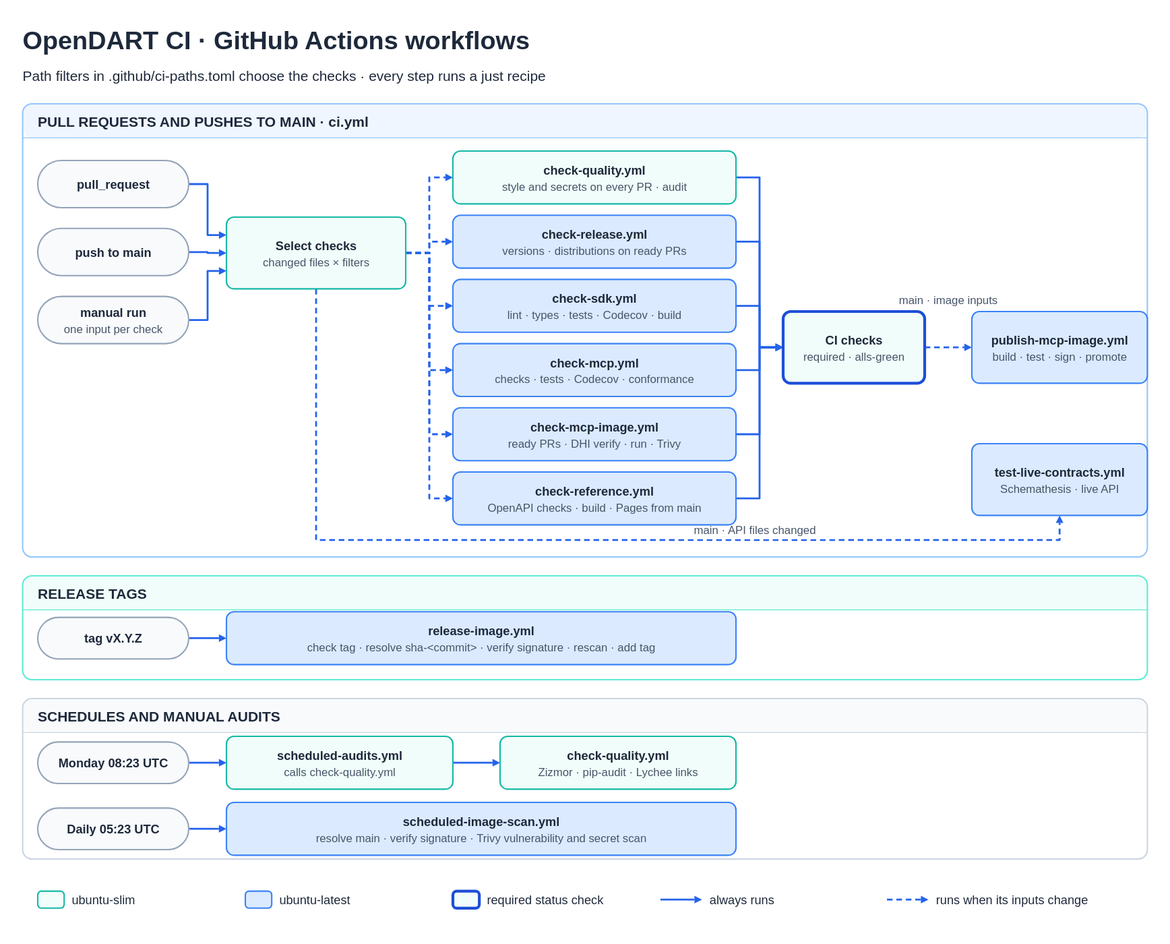
This is .github/workflows.svg from orestxherija/opendart, a draw.io export, as it was before one commit. Source tidied: cells renumbered, new cells last; positions are measured from the earlier drawing's top-left corner, leaving out a move shared by most shapes.
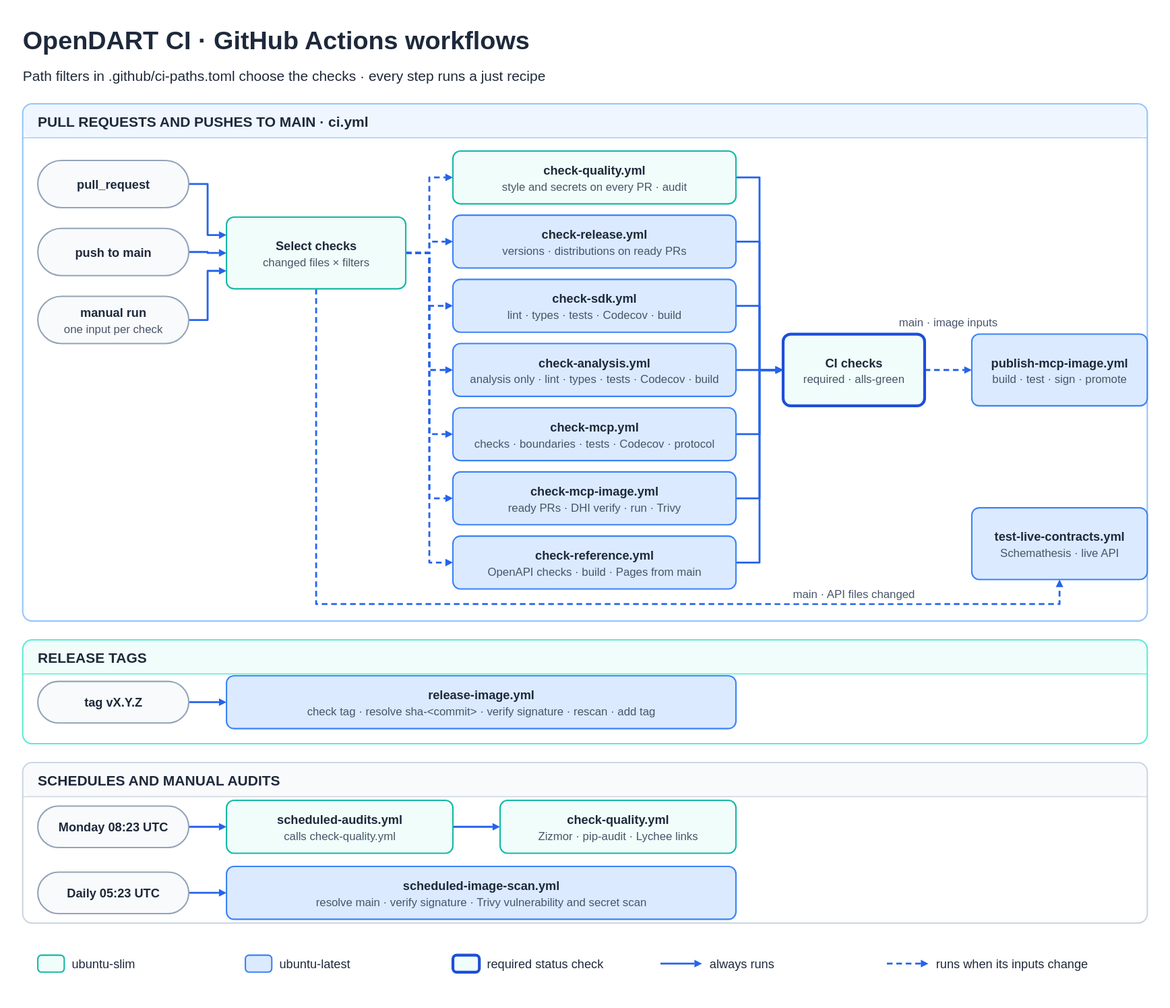
Above is the later version.

Commit message:
docs: show opendart-analysis in the MCP and CI diagrams

Change to the diagram source:
```diff
@@ -3,13 +3,13 @@
     <mxCell id="0" />
     <mxCell id="1" parent="0" />
     <mxCell id="2" value="OpenDART CI · GitHub Actions workflows" style="text;html=1;fontFamily=Arial;fontSize=27;fontColor=#1e293b;fontStyle=1;align=left;verticalAlign=middle;" parent="1" vertex="1">
-      <mxGeometry width="1192" height="38" as="geometry" />
+      <mxGeometry y="-68" width="1192" height="38" as="geometry" />
     </mxCell>
     <mxCell id="3" value="Path filters in .github/ci-paths.toml choose the checks · every step runs a just recipe" style="text;html=1;fontFamily=Arial;fontSize=15;fontColor=#1e293b;align=left;verticalAlign=middle;" parent="1" vertex="1">
-      <mxGeometry y="46" width="1192" height="26" as="geometry" />
+      <mxGeometry y="-22" width="1192" height="26" as="geometry" />
     </mxCell>
     <mxCell id="4" value="PULL REQUESTS AND PUSHES TO MAIN · ci.yml" style="swimlane;rounded=1;html=1;fontFamily=Arial;fontSize=15;fontColor=#1e293b;fontStyle=1;startSize=36;horizontal=1;align=left;spacingLeft=16;fillColor=#eff6ff;strokeColor=#93c5fd;strokeWidth=1.5;swimlaneFillColor=#ffffff;" parent="1" vertex="1">
-      <mxGeometry y="88" width="1192" height="480" as="geometry" />
+      <mxGeometry y="20" width="1192" height="548" as="geometry" />
     </mxCell>
     <mxCell id="5" value="RELEASE TAGS" style="swimlane;rounded=1;html=1;fontFamily=Arial;fontSize=15;fontColor=#1e293b;fontStyle=1;startSize=36;horizontal=1;align=left;spacingLeft=16;fillColor=#f0fdfa;strokeColor=#5eead4;strokeWidth=1.5;swimlaneFillColor=#ffffff;" parent="1" vertex="1">
       <mxGeometry y="588" width="1192" height="110" as="geometry" />
@@ -18,27 +18,30 @@
       <mxGeometry y="718" width="1192" height="170" as="geometry" />
     </mxCell>
     <mxCell id="7" value="&lt;b&gt;pull_request&lt;/b&gt;" style="rounded=1;whiteSpace=wrap;html=1;fontFamily=Arial;fontSize=13;fontColor=#1e293b;spacing=12;fillColor=#f8fafc;strokeColor=#94a3b8;strokeWidth=1.5;arcSize=50;" parent="1" vertex="1">
-      <mxGeometry x="16" y="148" width="160" height="50" as="geometry" />
+      <mxGeometry x="16" y="80" width="160" height="50" as="geometry" />
     </mxCell>
     <mxCell id="8" value="&lt;b&gt;push to main&lt;/b&gt;" style="rounded=1;whiteSpace=wrap;html=1;fontFamily=Arial;fontSize=13;fontColor=#1e293b;spacing=12;fillColor=#f8fafc;strokeColor=#94a3b8;strokeWidth=1.5;arcSize=50;" parent="1" vertex="1">
-      <mxGeometry x="16" y="220" width="160" height="50" as="geometry" />
+      <mxGeometry x="16" y="152" width="160" height="50" as="geometry" />
     </mxCell>
     <mxCell id="9" value="&lt;b&gt;manual run&lt;/b&gt;&lt;br&gt;&lt;font style=&quot;font-size:12px&quot; color=&quot;#475569&quot;&gt;one input per check&lt;/font&gt;" style="rounded=1;whiteSpace=wrap;html=1;fontFamily=Arial;fontSize=13;fontColor=#1e293b;spacing=12;fillColor=#f8fafc;strokeColor=#94a3b8;strokeWidth=1.5;arcSize=50;" parent="1" vertex="1">
-      <mxGeometry x="16" y="292" width="160" height="50" as="geometry" />
+      <mxGeometry x="16" y="224" width="160" height="50" as="geometry" />
     </mxCell>
     <mxCell id="10" value="&lt;b&gt;Select checks&lt;/b&gt;&lt;br&gt;&lt;font style=&quot;font-size:12px&quot; color=&quot;#475569&quot;&gt;changed files × filters&lt;/font&gt;" style="rounded=1;whiteSpace=wrap;html=1;fontFamily=Arial;fontSize=13;fontColor=#1e293b;spacing=12;fillColor=#f0fdfa;strokeColor=#14b8a6;strokeWidth=1.5;" parent="1" vertex="1">
-      <mxGeometry x="216" y="208" width="190" height="76" as="geometry" />
+      <mxGeometry x="216" y="140" width="190" height="76" as="geometry" />
     </mxCell>
     <mxCell id="11" value="&lt;b&gt;check-quality.yml&lt;/b&gt;&lt;br&gt;&lt;font style=&quot;font-size:12px&quot; color=&quot;#475569&quot;&gt;style and secrets on every PR · audit&lt;/font&gt;" style="rounded=1;whiteSpace=wrap;html=1;fontFamily=Arial;fontSize=13;fontColor=#1e293b;spacing=12;fillColor=#f0fdfa;strokeColor=#14b8a6;strokeWidth=1.5;" parent="1" vertex="1">
-      <mxGeometry x="456" y="138" width="300" height="56" as="geometry" />
+      <mxGeometry x="456" y="70" width="300" height="56" as="geometry" />
     </mxCell>
     <mxCell id="12" value="&lt;b&gt;check-release.yml&lt;/b&gt;&lt;br&gt;&lt;font style=&quot;font-size:12px&quot; color=&quot;#475569&quot;&gt;versions · distributions on ready PRs&lt;/font&gt;" style="rounded=1;whiteSpace=wrap;html=1;fontFamily=Arial;fontSize=13;fontColor=#1e293b;spacing=12;fillColor=#dbeafe;strokeColor=#3b82f6;strokeWidth=1.5;" parent="1" vertex="1">
-      <mxGeometry x="456" y="206" width="300" height="56" as="geometry" />
+      <mxGeometry x="456" y="138" width="300" height="56" as="geometry" />
     </mxCell>
     <mxCell id="13" value="&lt;b&gt;check-sdk.yml&lt;/b&gt;&lt;br&gt;&lt;font style=&quot;font-size:12px&quot; color=&quot;#475569&quot;&gt;lint · types · tests · Codecov · build&lt;/font&gt;" style="rounded=1;whiteSpace=wrap;html=1;fontFamily=Arial;fontSize=13;fontColor=#1e293b;spacing=12;fillColor=#dbeafe;strokeColor=#3b82f6;strokeWidth=1.5;" parent="1" vertex="1">
-      <mxGeometry x="456" y="274" width="300" height="56" as="geometry" />
+      <mxGeometry x="456" y="206" width="300" height="56" as="geometry" />
     </mxCell>
+    <mxCell id="58" value="&lt;b&gt;check-analysis.yml&lt;/b&gt;&lt;br&gt;&lt;font style=&quot;font-size:12px&quot; color=&quot;#475569&quot;&gt;analysis only · lint · types · tests · Codecov · build&lt;/font&gt;" style="rounded=1;whiteSpace=wrap;html=1;fontFamily=Arial;fontSize=13;fontColor=#1e293b;spacing=12;fillColor=#dbeafe;strokeColor=#3b82f6;strokeWidth=1.5;" parent="1" vertex="1">
+      <mxGeometry x="456" y="274" width="300" height="56" as="geometry" />
+    </mxCell>
-    <mxCell id="14" value="&lt;b&gt;check-mcp.yml&lt;/b&gt;&lt;br&gt;&lt;font style=&quot;font-size:12px&quot; color=&quot;#475569&quot;&gt;checks · tests · Codecov · conformance&lt;/font&gt;" style="rounded=1;whiteSpace=wrap;html=1;fontFamily=Arial;fontSize=13;fontColor=#1e293b;spacing=12;fillColor=#dbeafe;strokeColor=#3b82f6;strokeWidth=1.5;" parent="1" vertex="1">
+    <mxCell id="14" value="&lt;b&gt;check-mcp.yml&lt;/b&gt;&lt;br&gt;&lt;font style=&quot;font-size:12px&quot; color=&quot;#475569&quot;&gt;checks · boundaries · tests · Codecov · protocol&lt;/font&gt;" style="rounded=1;whiteSpace=wrap;html=1;fontFamily=Arial;fontSize=13;fontColor=#1e293b;spacing=12;fillColor=#dbeafe;strokeColor=#3b82f6;strokeWidth=1.5;" parent="1" vertex="1">
       <mxGeometry x="456" y="342" width="300" height="56" as="geometry" />
     </mxCell>
     <mxCell id="15" value="&lt;b&gt;check-mcp-image.yml&lt;/b&gt;&lt;br&gt;&lt;font style=&quot;font-size:12px&quot; color=&quot;#475569&quot;&gt;ready PRs · DHI verify · run · Trivy&lt;/font&gt;" style="rounded=1;whiteSpace=wrap;html=1;fontFamily=Arial;fontSize=13;fontColor=#1e293b;spacing=12;fillColor=#dbeafe;strokeColor=#3b82f6;strokeWidth=1.5;" parent="1" vertex="1">
@@ -48,10 +51,10 @@
       <mxGeometry x="456" y="478" width="300" height="56" as="geometry" />
     </mxCell>
     <mxCell id="17" value="&lt;b&gt;CI checks&lt;/b&gt;&lt;br&gt;&lt;font style=&quot;font-size:12px&quot; color=&quot;#475569&quot;&gt;required · alls-green&lt;/font&gt;" style="rounded=1;whiteSpace=wrap;html=1;fontFamily=Arial;fontSize=13;fontColor=#1e293b;spacing=12;fillColor=#f0fdfa;strokeColor=#1d4ed8;strokeWidth=3;" parent="1" vertex="1">
-      <mxGeometry x="806" y="308" width="150" height="76" as="geometry" />
+      <mxGeometry x="806" y="264" width="150" height="76" as="geometry" />
     </mxCell>
     <mxCell id="18" value="&lt;b&gt;publish-mcp-image.yml&lt;/b&gt;&lt;br&gt;&lt;font style=&quot;font-size:12px&quot; color=&quot;#475569&quot;&gt;build · test · sign · promote&lt;/font&gt;" style="rounded=1;whiteSpace=wrap;html=1;fontFamily=Arial;fontSize=13;fontColor=#1e293b;spacing=12;fillColor=#dbeafe;strokeColor=#3b82f6;strokeWidth=1.5;" parent="1" vertex="1">
-      <mxGeometry x="1006" y="308" width="186" height="76" as="geometry" />
+      <mxGeometry x="1006" y="264" width="186" height="76" as="geometry" />
     </mxCell>
     <mxCell id="19" value="&lt;b&gt;test-live-contracts.yml&lt;/b&gt;&lt;br&gt;&lt;font style=&quot;font-size:12px&quot; color=&quot;#475569&quot;&gt;Schemathesis · live API&lt;/font&gt;" style="rounded=1;whiteSpace=wrap;html=1;fontFamily=Arial;fontSize=13;fontColor=#1e293b;spacing=12;fillColor=#dbeafe;strokeColor=#3b82f6;strokeWidth=1.5;" parent="1" vertex="1">
       <mxGeometry x="1006" y="448" width="186" height="76" as="geometry" />
@@ -80,79 +83,90 @@
     <mxCell id="27" style="edgeStyle=orthogonalEdgeStyle;rounded=1;html=1;strokeWidth=2;strokeColor=#2563eb;endArrow=block;endFill=1;exitX=1.000;exitY=0.500;entryX=0.000;entryY=0.250;exitPerimeter=0;entryPerimeter=0;fontFamily=Arial;fontSize=12;fontColor=#475569;labelBackgroundColor=#ffffff;" parent="1" edge="1" source="7" target="10">
       <mxGeometry relative="1" as="geometry">
         <Array as="points">
-          <mxPoint x="196" y="173" />
-          <mxPoint x="196" y="227" />
+          <mxPoint x="196" y="105" />
+          <mxPoint x="196" y="159" />
         </Array>
       </mxGeometry>
     </mxCell>
     <mxCell id="28" style="edgeStyle=orthogonalEdgeStyle;rounded=1;html=1;strokeWidth=2;strokeColor=#2563eb;endArrow=block;endFill=1;exitX=1.000;exitY=0.500;entryX=0.000;entryY=0.500;exitPerimeter=0;entryPerimeter=0;fontFamily=Arial;fontSize=12;fontColor=#475569;labelBackgroundColor=#ffffff;" parent="1" edge="1" source="8" target="10">
       <mxGeometry relative="1" as="geometry">
         <Array as="points">
-          <mxPoint x="196" y="245" />
-          <mxPoint x="196" y="246" />
+          <mxPoint x="196" y="177" />
+          <mxPoint x="196" y="178" />
         </Array>
       </mxGeometry>
     </mxCell>
     <mxCell id="29" style="edgeStyle=orthogonalEdgeStyle;rounded=1;html=1;strokeWidth=2;strokeColor=#2563eb;endArrow=block;endFill=1;exitX=1.000;exitY=0.500;entryX=0.000;entryY=0.750;exitPerimeter=0;entryPerimeter=0;fontFamily=Arial;fontSize=12;fontColor=#475569;labelBackgroundColor=#ffffff;" parent="1" edge="1" source="9" target="10">
       <mxGeometry relative="1" as="geometry">
         <Array as="points">
-          <mxPoint x="196" y="317" />
-          <mxPoint x="196" y="265" />
+          <mxPoint x="196" y="249" />
+          <mxPoint x="196" y="197" />
         </Array>
       </mxGeometry>
     </mxCell>
     <mxCell id="30" style="edgeStyle=orthogonalEdgeStyle;rounded=1;html=1;strokeWidth=2;strokeColor=#2563eb;endArrow=block;endFill=1;exitX=1.000;exitY=0.500;entryX=0.000;entryY=0.500;exitPerimeter=0;entryPerimeter=0;fontFamily=Arial;fontSize=12;fontColor=#475569;labelBackgroundColor=#ffffff;dashed=1;dashPattern=6 4;" parent="1" edge="1" source="10" target="11">
       <mxGeometry relative="1" as="geometry">
         <Array as="points">
-          <mxPoint x="431" y="246" />
-          <mxPoint x="431" y="166" />
+          <mxPoint x="431" y="178" />
+          <mxPoint x="431" y="98" />
         </Array>
       </mxGeometry>
     </mxCell>
     <mxCell id="31" style="edgeStyle=orthogonalEdgeStyle;rounded=1;html=1;strokeWidth=2;strokeColor=#2563eb;endArrow=block;endFill=1;exitX=1.000;exitY=0.500;entryX=0.000;entryY=0.500;exitPerimeter=0;entryPerimeter=0;fontFamily=Arial;fontSize=12;fontColor=#475569;labelBackgroundColor=#ffffff;" parent="1" edge="1" source="11" target="17">
       <mxGeometry relative="1" as="geometry">
         <Array as="points">
-          <mxPoint x="781" y="166" />
-          <mxPoint x="781" y="346" />
+          <mxPoint x="781" y="98" />
+          <mxPoint x="781" y="302" />
         </Array>
       </mxGeometry>
     </mxCell>
     <mxCell id="32" style="edgeStyle=orthogonalEdgeStyle;rounded=1;html=1;strokeWidth=2;strokeColor=#2563eb;endArrow=block;endFill=1;exitX=1.000;exitY=0.500;entryX=0.000;entryY=0.500;exitPerimeter=0;entryPerimeter=0;fontFamily=Arial;fontSize=12;fontColor=#475569;labelBackgroundColor=#ffffff;dashed=1;dashPattern=6 4;" parent="1" edge="1" source="10" target="12">
       <mxGeometry relative="1" as="geometry">
         <Array as="points">
-          <mxPoint x="431" y="246" />
-          <mxPoint x="431" y="234" />
+          <mxPoint x="431" y="178" />
+          <mxPoint x="431" y="166" />
         </Array>
       </mxGeometry>
     </mxCell>
     <mxCell id="33" style="edgeStyle=orthogonalEdgeStyle;rounded=1;html=1;strokeWidth=2;strokeColor=#2563eb;endArrow=block;endFill=1;exitX=1.000;exitY=0.500;entryX=0.000;entryY=0.500;exitPerimeter=0;entryPerimeter=0;fontFamily=Arial;fontSize=12;fontColor=#475569;labelBackgroundColor=#ffffff;" parent="1" edge="1" source="12" target="17">
       <mxGeometry relative="1" as="geometry">
         <Array as="points">
-          <mxPoint x="781" y="234" />
-          <mxPoint x="781" y="346" />
+          <mxPoint x="781" y="166" />
+          <mxPoint x="781" y="302" />
         </Array>
       </mxGeometry>
     </mxCell>
     <mxCell id="34" style="edgeStyle=orthogonalEdgeStyle;rounded=1;html=1;strokeWidth=2;strokeColor=#2563eb;endArrow=block;endFill=1;exitX=1.000;exitY=0.500;entryX=0.000;entryY=0.500;exitPerimeter=0;entryPerimeter=0;fontFamily=Arial;fontSize=12;fontColor=#475569;labelBackgroundColor=#ffffff;dashed=1;dashPattern=6 4;" parent="1" edge="1" source="10" target="13">
       <mxGeometry relative="1" as="geometry">
         <Array as="points">
-          <mxPoint x="431" y="246" />
-          <mxPoint x="431" y="302" />
+          <mxPoint x="431" y="178" />
+          <mxPoint x="431" y="234" />
         </Array>
       </mxGeometry>
     </mxCell>
     <mxCell id="35" style="edgeStyle=orthogonalEdgeStyle;rounded=1;html=1;strokeWidth=2;strokeColor=#2563eb;endArrow=block;endFill=1;exitX=1.000;exitY=0.500;entryX=0.000;entryY=0.500;exitPerimeter=0;entryPerimeter=0;fontFamily=Arial;fontSize=12;fontColor=#475569;labelBackgroundColor=#ffffff;" parent="1" edge="1" source="13" target="17">
       <mxGeometry relative="1" as="geometry">
         <Array as="points">
+          <mxPoint x="781" y="234" />
           <mxPoint x="781" y="302" />
-          <mxPoint x="781" y="346" />
         </Array>
       </mxGeometry>
     </mxCell>
+    <mxCell id="59" style="edgeStyle=orthogonalEdgeStyle;rounded=1;html=1;strokeWidth=2;strokeColor=#2563eb;endArrow=block;endFill=1;exitX=1.000;exitY=0.500;entryX=0.000;entryY=0.500;exitPerimeter=0;entryPerimeter=0;fontFamily=Arial;fontSize=12;fontColor=#475569;labelBackgroundColor=#ffffff;dashed=1;dashPattern=6 4;" parent="1" edge="1" source="10" target="58">
+      <mxGeometry relative="1" as="geometry">
+        <Array as="points">
+          <mxPoint x="431" y="178" />
+          <mxPoint x="431" y="302" />
+        </Array>
+      </mxGeometry>
+    </mxCell>
+    <mxCell id="60" style="edgeStyle=orthogonalEdgeStyle;rounded=1;html=1;strokeWidth=2;strokeColor=#2563eb;endArrow=block;endFill=1;exitX=1.000;exitY=0.500;entryX=0.000;entryY=0.500;exitPerimeter=0;entryPerimeter=0;fontFamily=Arial;fontSize=12;fontColor=#475569;labelBackgroundColor=#ffffff;" parent="1" edge="1" source="58" target="17">
+      <mxGeometry relative="1" as="geometry" />
+    </mxCell>
     <mxCell id="36" style="edgeStyle=orthogonalEdgeStyle;rounded=1;html=1;strokeWidth=2;strokeColor=#2563eb;endArrow=block;endFill=1;exitX=1.000;exitY=0.500;entryX=0.000;entryY=0.500;exitPerimeter=0;entryPerimeter=0;fontFamily=Arial;fontSize=12;fontColor=#475569;labelBackgroundColor=#ffffff;dashed=1;dashPattern=6 4;" parent="1" edge="1" source="10" target="14">
       <mxGeometry relative="1" as="geometry">
         <Array as="points">
-          <mxPoint x="431" y="246" />
+          <mxPoint x="431" y="178" />
           <mxPoint x="431" y="370" />
         </Array>
       </mxGeometry>
@@ -161,14 +175,14 @@
       <mxGeometry relative="1" as="geometry">
         <Array as="points">
           <mxPoint x="781" y="370" />
-          <mxPoint x="781" y="346" />
+          <mxPoint x="781" y="302" />
         </Array>
       </mxGeometry>
     </mxCell>
     <mxCell id="38" style="edgeStyle=orthogonalEdgeStyle;rounded=1;html=1;strokeWidth=2;strokeColor=#2563eb;endArrow=block;endFill=1;exitX=1.000;exitY=0.500;entryX=0.000;entryY=0.500;exitPerimeter=0;entryPerimeter=0;fontFamily=Arial;fontSize=12;fontColor=#475569;labelBackgroundColor=#ffffff;dashed=1;dashPattern=6 4;" parent="1" edge="1" source="10" target="15">
       <mxGeometry relative="1" as="geometry">
         <Array as="points">
-          <mxPoint x="431" y="246" />
+          <mxPoint x="431" y="178" />
           <mxPoint x="431" y="438" />
         </Array>
       </mxGeometry>
@@ -177,14 +191,14 @@
       <mxGeometry relative="1" as="geometry">
         <Array as="points">
           <mxPoint x="781" y="438" />
-          <mxPoint x="781" y="346" />
+          <mxPoint x="781" y="302" />
         </Array>
       </mxGeometry>
     </mxCell>
     <mxCell id="40" style="edgeStyle=orthogonalEdgeStyle;rounded=1;html=1;strokeWidth=2;strokeColor=#2563eb;endArrow=block;endFill=1;exitX=1.000;exitY=0.500;entryX=0.000;entryY=0.500;exitPerimeter=0;entryPerimeter=0;fontFamily=Arial;fontSize=12;fontColor=#475569;labelBackgroundColor=#ffffff;dashed=1;dashPattern=6 4;" parent="1" edge="1" source="10" target="16">
       <mxGeometry relative="1" as="geometry">
         <Array as="points">
-          <mxPoint x="431" y="246" />
+          <mxPoint x="431" y="178" />
           <mxPoint x="431" y="506" />
         </Array>
       </mxGeometry>
@@ -193,7 +207,7 @@
       <mxGeometry relative="1" as="geometry">
         <Array as="points">
           <mxPoint x="781" y="506" />
-          <mxPoint x="781" y="346" />
+          <mxPoint x="781" y="302" />
         </Array>
       </mxGeometry>
     </mxCell>
```
